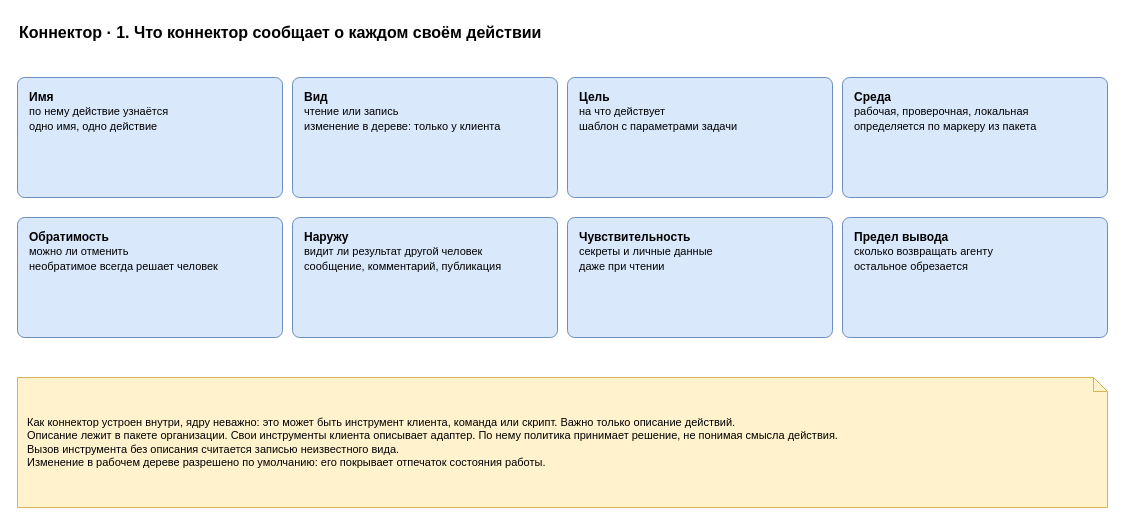
roygkov/reins keeps this draw.io diagram as page "9. Описание действия" (9 of 24) of docs/spec/harness-spec.drawio. Above is the earlier version. Source tidied: cells renumbered, new cells numbered last; positions are measured from the earlier drawing's top-left corner, leaving out a move shared by most shapes. Both pictures are drawn from the tidied source at 100%, with x=0, y=0 at pixel (17, 17).
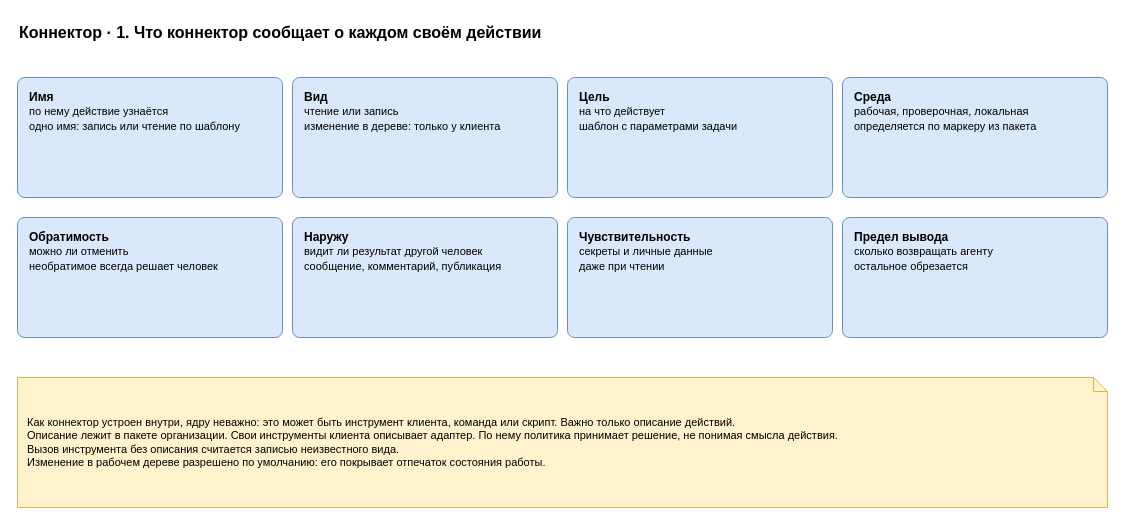
After the change.

The edit, as a diff of the source:
```diff
@@
 <mxGraphModel>
   <root>
     <mxCell id="0" />
     <mxCell id="1" parent="0" />
     <mxCell id="2" value="Коннектор · 1. Что коннектор сообщает о каждом своём действии" style="text;html=1;align=left;verticalAlign=middle;whiteSpace=wrap;fontSize=16;strokeColor=none;fillColor=none;fontStyle=1;" parent="1" vertex="1">
       <mxGeometry width="900" height="30" as="geometry" />
     </mxCell>
-    <mxCell id="3" value="&lt;b&gt;Имя&lt;/b&gt;&lt;br&gt;&lt;font style=&quot;font-size:11px&quot;&gt;по нему действие узнаётся&lt;br&gt;одно имя, одно действие&lt;/font&gt;" style="rounded=1;whiteSpace=wrap;html=1;fillColor=#dae8fc;strokeColor=#6c8ebf;arcSize=6;align=left;verticalAlign=top;spacingLeft=10;spacingTop=6;spacingRight=6;" parent="1" vertex="1">
+    <mxCell id="3" value="&lt;b&gt;Имя&lt;/b&gt;&lt;br&gt;&lt;font style=&quot;font-size:11px&quot;&gt;по нему действие узнаётся&lt;br&gt;одно имя: запись или чтение по шаблону&lt;/font&gt;" style="rounded=1;whiteSpace=wrap;html=1;fillColor=#dae8fc;strokeColor=#6c8ebf;arcSize=6;align=left;verticalAlign=top;spacingLeft=10;spacingTop=6;spacingRight=6;" parent="1" vertex="1">
       <mxGeometry y="60" width="265" height="120" as="geometry" />
     </mxCell>
     <mxCell id="4" value="&lt;b&gt;Вид&lt;/b&gt;&lt;br&gt;&lt;font style=&quot;font-size:11px&quot;&gt;чтение или запись&lt;br&gt;изменение в дереве: только у клиента&lt;/font&gt;" style="rounded=1;whiteSpace=wrap;html=1;fillColor=#dae8fc;strokeColor=#6c8ebf;arcSize=6;align=left;verticalAlign=top;spacingLeft=10;spacingTop=6;spacingRight=6;" parent="1" vertex="1">
       <mxGeometry x="275" y="60" width="265" height="120" as="geometry" />
     </mxCell>
     <mxCell id="5" value="&lt;b&gt;Цель&lt;/b&gt;&lt;br&gt;&lt;font style=&quot;font-size:11px&quot;&gt;на что действует&lt;br&gt;шаблон с параметрами задачи&lt;/font&gt;" style="rounded=1;whiteSpace=wrap;html=1;fillColor=#dae8fc;strokeColor=#6c8ebf;arcSize=6;align=left;verticalAlign=top;spacingLeft=10;spacingTop=6;spacingRight=6;" parent="1" vertex="1">
       <mxGeometry x="550" y="60" width="265" height="120" as="geometry" />
     </mxCell>
     <mxCell id="6" value="&lt;b&gt;Среда&lt;/b&gt;&lt;br&gt;&lt;font style=&quot;font-size:11px&quot;&gt;рабочая, проверочная, локальная&lt;br&gt;определяется по маркеру из пакета&lt;/font&gt;" style="rounded=1;whiteSpace=wrap;html=1;fillColor=#dae8fc;strokeColor=#6c8ebf;arcSize=6;align=left;verticalAlign=top;spacingLeft=10;spacingTop=6;spacingRight=6;" parent="1" vertex="1">
       <mxGeometry x="825" y="60" width="265" height="120" as="geometry" />
     </mxCell>
     <mxCell id="7" value="&lt;b&gt;Обратимость&lt;/b&gt;&lt;br&gt;&lt;font style=&quot;font-size:11px&quot;&gt;можно ли отменить&lt;br&gt;необратимое всегда решает человек&lt;/font&gt;" style="rounded=1;whiteSpace=wrap;html=1;fillColor=#dae8fc;strokeColor=#6c8ebf;arcSize=6;align=left;verticalAlign=top;spacingLeft=10;spacingTop=6;spacingRight=6;" parent="1" vertex="1">
       <mxGeometry y="200" width="265" height="120" as="geometry" />
     </mxCell>
     <mxCell id="8" value="&lt;b&gt;Наружу&lt;/b&gt;&lt;br&gt;&lt;font style=&quot;font-size:11px&quot;&gt;видит ли результат другой человек&lt;br&gt;сообщение, комментарий, публикация&lt;/font&gt;" style="rounded=1;whiteSpace=wrap;html=1;fillColor=#dae8fc;strokeColor=#6c8ebf;arcSize=6;align=left;verticalAlign=top;spacingLeft=10;spacingTop=6;spacingRight=6;" parent="1" vertex="1">
       <mxGeometry x="275" y="200" width="265" height="120" as="geometry" />
     </mxCell>
     <mxCell id="9" value="&lt;b&gt;Чувствительность&lt;/b&gt;&lt;br&gt;&lt;font style=&quot;font-size:11px&quot;&gt;секреты и личные данные&lt;br&gt;даже при чтении&lt;/font&gt;" style="rounded=1;whiteSpace=wrap;html=1;fillColor=#dae8fc;strokeColor=#6c8ebf;arcSize=6;align=left;verticalAlign=top;spacingLeft=10;spacingTop=6;spacingRight=6;" parent="1" vertex="1">
       <mxGeometry x="550" y="200" width="265" height="120" as="geometry" />
     </mxCell>
     <mxCell id="10" value="&lt;b&gt;Предел вывода&lt;/b&gt;&lt;br&gt;&lt;font style=&quot;font-size:11px&quot;&gt;сколько возвращать агенту&lt;br&gt;остальное обрезается&lt;/font&gt;" style="rounded=1;whiteSpace=wrap;html=1;fillColor=#dae8fc;strokeColor=#6c8ebf;arcSize=6;align=left;verticalAlign=top;spacingLeft=10;spacingTop=6;spacingRight=6;" parent="1" vertex="1">
       <mxGeometry x="825" y="200" width="265" height="120" as="geometry" />
     </mxCell>
     <mxCell id="11" value="Как коннектор устроен внутри, ядру неважно: это может быть инструмент клиента, команда или скрипт. Важно только описание действий.&lt;br&gt;Описание лежит в пакете организации. Свои инструменты клиента описывает адаптер. По нему политика принимает решение, не понимая смысла действия.&lt;br&gt;Вызов инструмента без описания считается записью неизвестного вида.&lt;br&gt;Изменение в рабочем дереве разрешено по умолчанию: его покрывает отпечаток состояния работы." style="shape=note;whiteSpace=wrap;html=1;backgroundOutline=1;size=14;fillColor=#fff2cc;strokeColor=#d6b656;align=left;spacingLeft=8;spacingRight=8;fontSize=11;" parent="1" vertex="1">
       <mxGeometry y="360" width="1090" height="130" as="geometry" />
     </mxCell>
   </root>
 </mxGraphModel>
```
